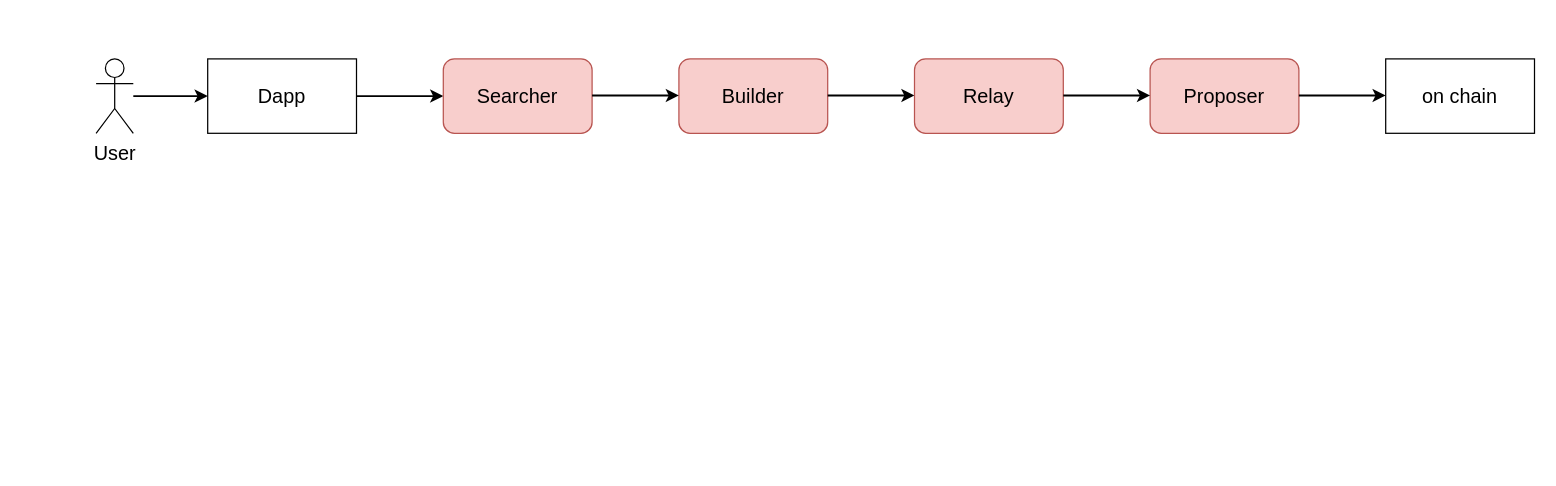
The draw.io diagram ethereum-research/consensus/censorship resistance/validator workflow.drawio in 0xyicheng/a-research-diagram, before the edit. Source tidied: cells renumbered, new cells numbered last; positions are measured from the earlier drawing's top-left corner, leaving out a move shared by most shapes. Both pictures are drawn from the tidied source at 124%, with x=0, y=0 at pixel (95, 58).
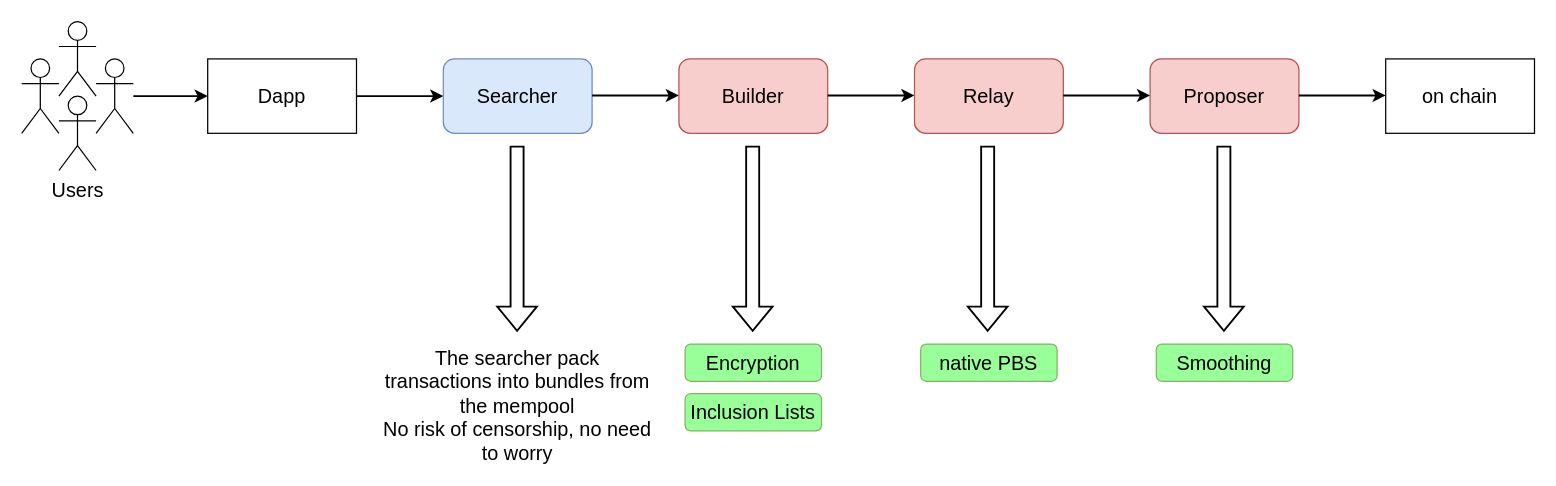
The same page after the edit.

What changed in the source:
```diff
@@
-    <mxCell id="2" value="&lt;font style=&quot;font-size: 16px;&quot;&gt;User&lt;/font&gt;" style="shape=umlActor;verticalLabelPosition=bottom;verticalAlign=top;html=1;outlineConnect=0;" parent="1" vertex="1">
+    <mxCell id="2" style="shape=umlActor;verticalLabelPosition=bottom;verticalAlign=top;html=1;outlineConnect=0;" parent="1" vertex="1">
       <mxGeometry width="30" height="60" as="geometry" />
     </mxCell>
@@
-    <mxCell id="6" value="Searcher" style="rounded=1;whiteSpace=wrap;html=1;fontSize=16;fillColor=#f8cecc;strokeColor=#b85450;" parent="1" vertex="1">
+    <mxCell id="6" value="Searcher" style="rounded=1;whiteSpace=wrap;html=1;fontSize=16;fillColor=#dae8fc;strokeColor=#6c8ebf;" parent="1" vertex="1">
       <mxGeometry x="280" width="120" height="60" as="geometry" />
     </mxCell>
@@
+    <mxCell id="15" style="shape=flexArrow;endArrow=classic;html=1;rounded=0;strokeWidth=1.5;fontSize=16;" parent="1" edge="1">
+      <mxGeometry relative="1" as="geometry">
+        <mxPoint x="339.5" y="70" as="sourcePoint" />
+        <mxPoint x="339.5" y="220" as="targetPoint" />
+      </mxGeometry>
+    </mxCell>
+    <mxCell id="16" style="shape=flexArrow;endArrow=classic;html=1;rounded=0;strokeWidth=1.5;fontSize=16;" parent="1" edge="1">
+      <mxGeometry relative="1" as="geometry">
+        <mxPoint x="529.5" y="70" as="sourcePoint" />
+        <mxPoint x="529.5" y="220" as="targetPoint" />
+      </mxGeometry>
+    </mxCell>
+    <mxCell id="17" style="shape=flexArrow;endArrow=classic;html=1;rounded=0;strokeWidth=1.5;fontSize=16;" parent="1" edge="1">
+      <mxGeometry relative="1" as="geometry">
+        <mxPoint x="719" y="70" as="sourcePoint" />
+        <mxPoint x="719" y="220" as="targetPoint" />
+      </mxGeometry>
+    </mxCell>
+    <mxCell id="18" style="shape=flexArrow;endArrow=classic;html=1;rounded=0;strokeWidth=1.5;fontSize=16;" parent="1" edge="1">
+      <mxGeometry relative="1" as="geometry">
+        <mxPoint x="909.5" y="70" as="sourcePoint" />
+        <mxPoint x="909.5" y="220" as="targetPoint" />
+      </mxGeometry>
+    </mxCell>
+    <mxCell id="19" style="shape=umlActor;verticalLabelPosition=bottom;verticalAlign=top;html=1;" parent="1" vertex="1">
+      <mxGeometry x="-30" y="-30" width="30" height="60" as="geometry" />
+    </mxCell>
+    <mxCell id="20" value="&lt;span style=&quot;font-size: 16px;&quot;&gt;Users&lt;/span&gt;" style="shape=umlActor;verticalLabelPosition=bottom;verticalAlign=top;html=1;" parent="1" vertex="1">
+      <mxGeometry x="-30" y="30" width="30" height="60" as="geometry" />
+    </mxCell>
+    <mxCell id="21" style="shape=umlActor;verticalLabelPosition=bottom;verticalAlign=top;html=1;" parent="1" vertex="1">
+      <mxGeometry x="-60" width="30" height="60" as="geometry" />
+    </mxCell>
+    <mxCell id="22" value="&lt;div style=&quot;user-select: auto;&quot;&gt;&lt;br style=&quot;user-select: auto;&quot;&gt;&lt;/div&gt;&lt;div style=&quot;user-select: auto;&quot;&gt;The searcher pack transactions into bundles from the mempool&lt;/div&gt;&lt;div style=&quot;user-select: auto;&quot;&gt;No risk of censorship, no need to worry&lt;/div&gt;" style="text;html=1;strokeColor=none;fillColor=none;align=center;verticalAlign=middle;whiteSpace=wrap;rounded=0;fontSize=16;" parent="1" vertex="1">
+      <mxGeometry x="230" y="230" width="220" height="80" as="geometry" />
+    </mxCell>
+    <mxCell id="23" value="&lt;font style=&quot;user-select: auto; font-size: 16px;&quot;&gt;Encryption&lt;/font&gt;" style="rounded=1;whiteSpace=wrap;html=1;fontSize=16;fillColor=#99FF99;strokeColor=#82b366;" parent="1" vertex="1">
+      <mxGeometry x="475" y="230" width="110" height="30" as="geometry" />
+    </mxCell>
+    <mxCell id="24" value="Inclusion Lists" style="rounded=1;whiteSpace=wrap;html=1;fontSize=16;fillColor=#99FF99;strokeColor=#82b366;" parent="1" vertex="1">
+      <mxGeometry x="475" y="270" width="110" height="30" as="geometry" />
+    </mxCell>
+    <mxCell id="25" value="native PBS" style="rounded=1;whiteSpace=wrap;html=1;fontSize=16;fillColor=#99FF99;strokeColor=#82b366;" parent="1" vertex="1">
+      <mxGeometry x="665" y="230" width="110" height="30" as="geometry" />
+    </mxCell>
+    <mxCell id="26" value="Smoothing" style="rounded=1;whiteSpace=wrap;html=1;fontSize=16;fillColor=#99FF99;strokeColor=#82b366;" parent="1" vertex="1">
+      <mxGeometry x="855" y="230" width="110" height="30" as="geometry" />
+    </mxCell>
```
